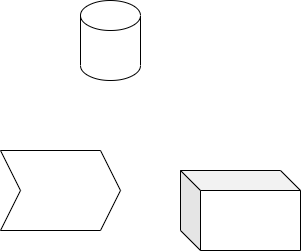
Earlier version of the draw.io export images/my_diagram.png (hungnh103/demo_drawio). Source tidied: cells renumbered, new cells last; positions are measured from the earlier drawing's top-left corner, leaving out a move shared by most shapes.
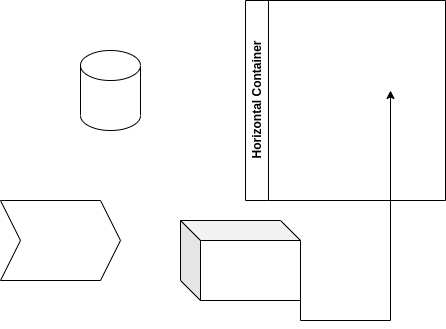
After the commit.

What changed in the source:
```diff
@@ -5,11 +5,19 @@
     <mxCell id="2" style="shape=cylinder3;whiteSpace=wrap;html=1;boundedLbl=1;backgroundOutline=1;size=15;" parent="1" vertex="1">
       <mxGeometry x="80" width="60" height="80" as="geometry" />
     </mxCell>
+    <mxCell id="5" style="edgeStyle=orthogonalEdgeStyle;rounded=0;jettySize=auto;html=1;exitX=1;exitY=1;exitDx=0;exitDy=0;exitPerimeter=0;" parent="1" edge="1" source="3">
+      <mxGeometry relative="1" as="geometry">
+        <mxPoint x="390" y="40" as="targetPoint" />
+      </mxGeometry>
+    </mxCell>
     <mxCell id="3" style="shape=cube;whiteSpace=wrap;html=1;boundedLbl=1;backgroundOutline=1;darkOpacity=0.05;darkOpacity2=0.1;" parent="1" vertex="1">
       <mxGeometry x="180" y="170" width="120" height="80" as="geometry" />
     </mxCell>
     <mxCell id="4" style="shape=step;perimeter=stepPerimeter;whiteSpace=wrap;html=1;fixedSize=1;" parent="1" vertex="1">
       <mxGeometry y="150" width="120" height="80" as="geometry" />
     </mxCell>
+    <mxCell id="6" value="Horizontal Container" style="swimlane;horizontal=0;whiteSpace=wrap;html=1;" parent="1" vertex="1">
+      <mxGeometry x="245" y="-50" width="200" height="200" as="geometry" />
+    </mxCell>
   </root>
 </mxGraphModel>
```
